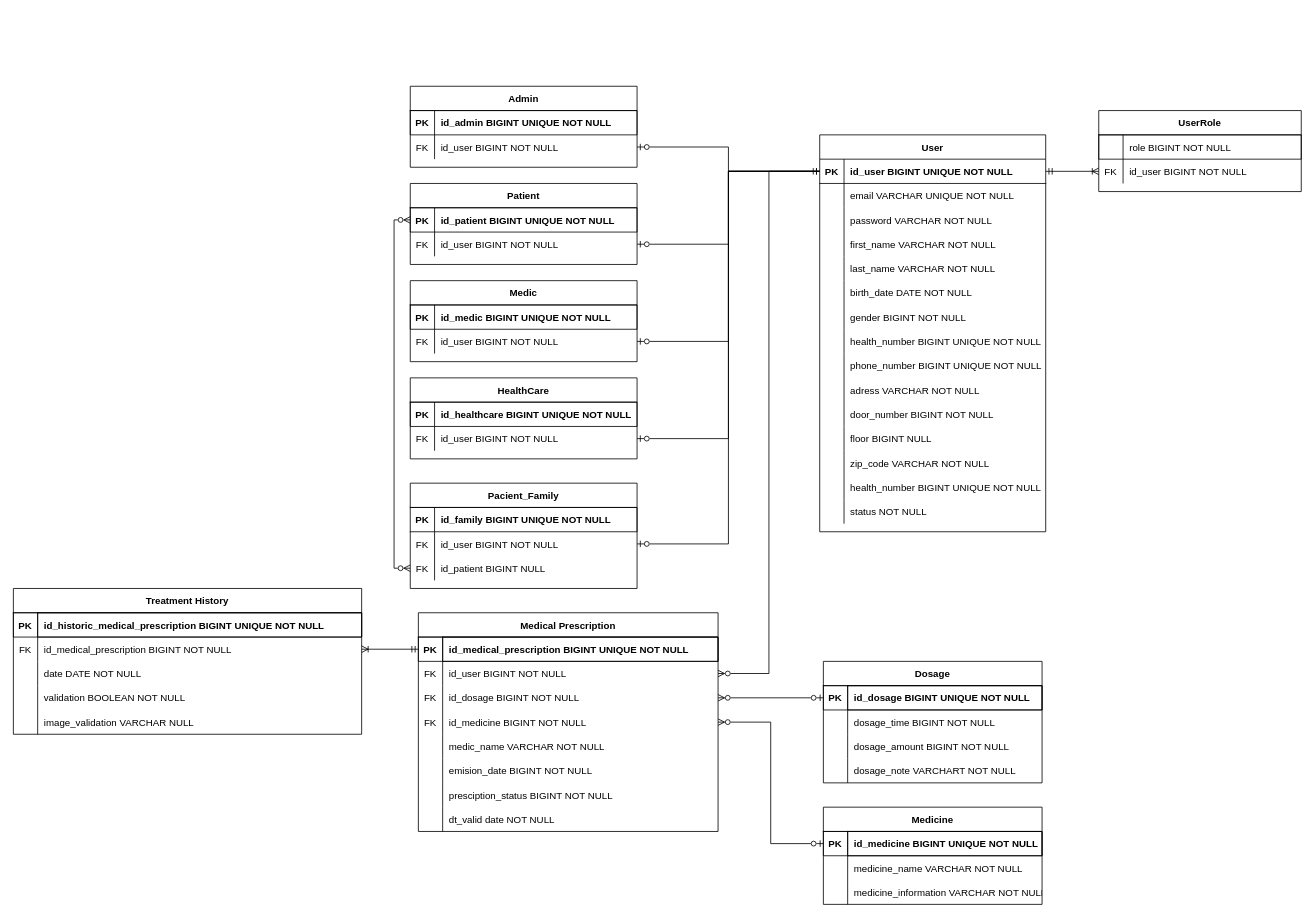
Zav04/MedAlert keeps this draw.io diagram as Documentação/Base de dados/ER.drawio. Above is the earlier version. Source tidied: cells renumbered, new cells numbered last; positions are measured from the earlier drawing's top-left corner, leaving out a move shared by most shapes. Both pictures are drawn from the tidied source at 81%, with x=0, y=0 at pixel (13, 86).
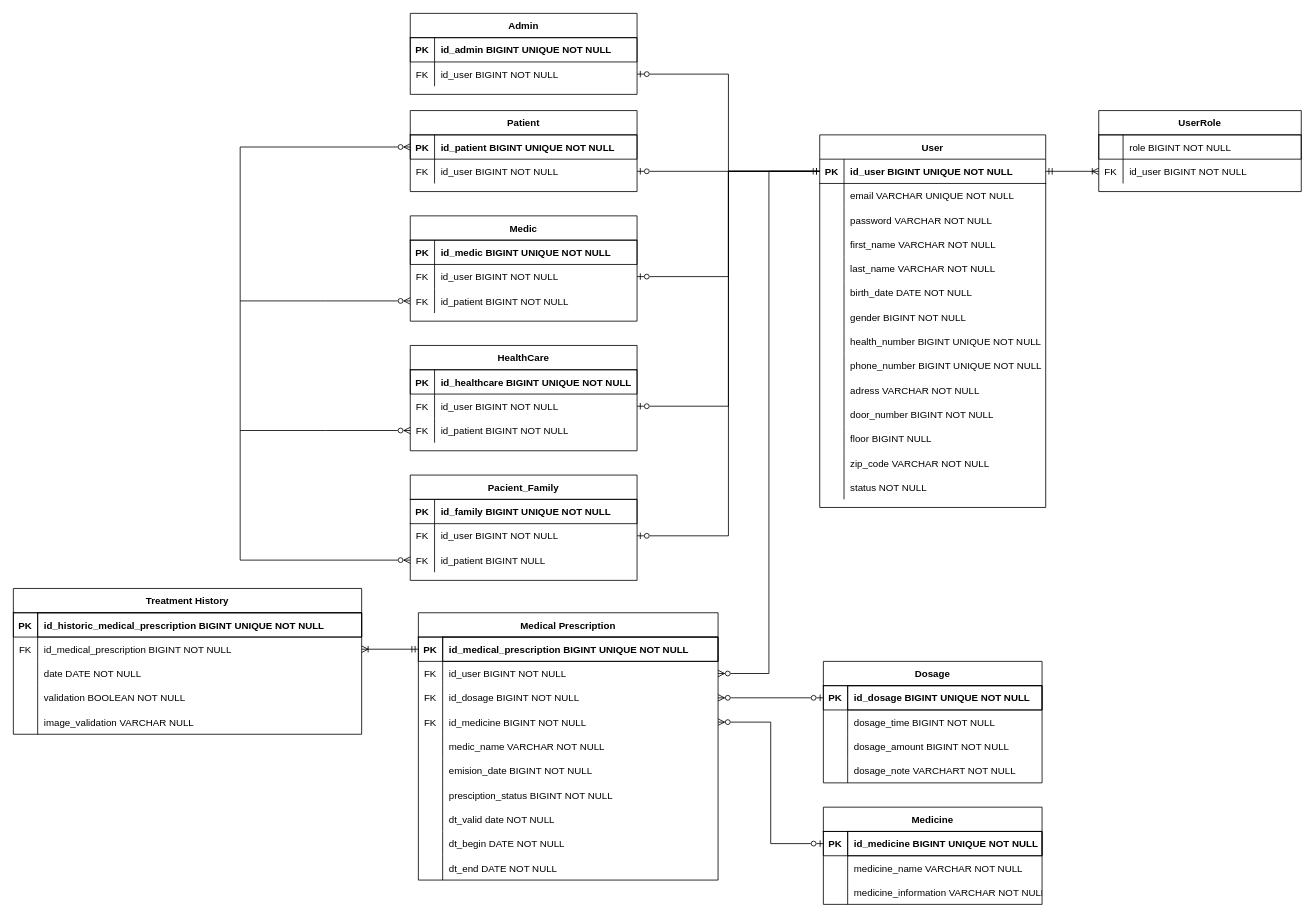
The same page after the edit.

Unchanged cells that the change refers to:
```xml
<mxCell id="64" style="shape=partialRectangle;fillColor=none;points=[[0,0.5],[1,0.5]];portConstraint=eastwest;top=1;left=1;right=1;bottom=1;fontStyle=1;" parent="63" vertex="1">
  <mxGeometry y="30" width="280" height="30" as="geometry" />
</mxCell>
<mxCell id="95" style="shape=partialRectangle;fillColor=none;points=[[0,0.5],[1,0.5]];portConstraint=eastwest;top=0;left=0;right=0;bottom=0;" parent="88" vertex="1">
  <mxGeometry y="90" width="280" height="30" as="geometry" />
</mxCell>
```

Diff of the diagram source:
```diff
@@
     <mxCell id="9" value="User" style="shape=table;startSize=30;childLayout=tableLayout;rowLines=0;fontStyle=1;align=center;" parent="1" vertex="1">
-      <mxGeometry x="995.5" y="60" width="279" height="490" as="geometry" />
+      <mxGeometry x="995.5" y="60" width="279" height="460" as="geometry" />
     </mxCell>
@@
-    <mxCell id="49" style="shape=partialRectangle;fillColor=none;top=0;left=0;right=0;bottom=0;" parent="9" vertex="1">
-      <mxGeometry y="420" width="279" height="30" as="geometry" />
-    </mxCell>
-    <mxCell id="50" style="shape=partialRectangle;overflow=hidden;fillColor=none;top=0;left=0;bottom=0;right=0;" parent="49" vertex="1">
-      <mxGeometry width="30" height="30" as="geometry" />
-    </mxCell>
-    <mxCell id="51" value="health_number BIGINT UNIQUE NOT NULL" style="shape=partialRectangle;overflow=hidden;fillColor=none;top=0;left=0;bottom=0;right=0;align=left;spacingLeft=6;" parent="49" vertex="1">
-      <mxGeometry x="30" width="249" height="30" as="geometry" />
-    </mxCell>
     <mxCell id="52" style="shape=partialRectangle;fillColor=none;top=0;left=0;right=0;bottom=0;" parent="9" vertex="1">
-      <mxGeometry y="450" width="279" height="30" as="geometry" />
+      <mxGeometry y="420" width="279" height="30" as="geometry" />
     </mxCell>
@@
     <mxCell id="56" value="Admin" style="shape=table;startSize=30;childLayout=tableLayout;rowLines=0;fontStyle=1;align=center;" parent="1" vertex="1">
-      <mxGeometry x="490" width="280" height="100" as="geometry" />
+      <mxGeometry x="490" y="-90" width="280" height="100" as="geometry" />
     </mxCell>
@@
     <mxCell id="63" value="Patient" style="shape=table;startSize=30;childLayout=tableLayout;rowLines=0;fontStyle=1;align=center;" parent="1" vertex="1">
-      <mxGeometry x="490" y="120" width="280" height="100" as="geometry" />
+      <mxGeometry x="490" y="30" width="280" height="100" as="geometry" />
     </mxCell>
@@
     <mxCell id="70" value="Medic" style="shape=table;startSize=30;childLayout=tableLayout;rowLines=0;fontStyle=1;align=center;" parent="1" vertex="1">
-      <mxGeometry x="490" y="240" width="280" height="100" as="geometry" />
+      <mxGeometry x="490" y="160" width="280" height="130" as="geometry" />
     </mxCell>
@@
+    <mxCell id="168" style="shape=partialRectangle;fillColor=none;points=[[0,0.5],[1,0.5]];portConstraint=eastwest;top=0;left=0;right=0;bottom=0;" parent="70" vertex="1">
+      <mxGeometry y="90" width="280" height="30" as="geometry" />
+    </mxCell>
+    <mxCell id="169" value="FK" style="shape=partialRectangle;overflow=hidden;fillColor=none;top=0;left=0;bottom=0;right=0;" parent="168" vertex="1">
+      <mxGeometry width="30" height="30" as="geometry" />
+    </mxCell>
+    <mxCell id="170" value="id_patient BIGINT NOT NULL" style="shape=partialRectangle;overflow=hidden;fillColor=none;top=0;left=0;bottom=0;right=0;align=left;spacingLeft=6;" parent="168" vertex="1">
+      <mxGeometry x="30" width="250" height="30" as="geometry" />
+    </mxCell>
     <mxCell id="77" value="HealthCare" style="shape=table;startSize=30;childLayout=tableLayout;rowLines=0;fontStyle=1;align=center;" parent="1" vertex="1">
-      <mxGeometry x="490" y="360" width="280" height="100" as="geometry" />
+      <mxGeometry x="490" y="320" width="280" height="130" as="geometry" />
     </mxCell>
@@
+    <mxCell id="171" style="shape=partialRectangle;fillColor=none;points=[[0,0.5],[1,0.5]];portConstraint=eastwest;top=0;left=0;right=0;bottom=0;" parent="77" vertex="1">
+      <mxGeometry y="90" width="280" height="30" as="geometry" />
+    </mxCell>
+    <mxCell id="172" value="FK" style="shape=partialRectangle;overflow=hidden;fillColor=none;top=0;left=0;bottom=0;right=0;" parent="171" vertex="1">
+      <mxGeometry width="30" height="30" as="geometry" />
+    </mxCell>
+    <mxCell id="173" value="id_patient BIGINT NOT NULL" style="shape=partialRectangle;overflow=hidden;fillColor=none;top=0;left=0;bottom=0;right=0;align=left;spacingLeft=6;" parent="171" vertex="1">
+      <mxGeometry x="30" width="250" height="30" as="geometry" />
+    </mxCell>
@@
     <mxCell id="88" value="Pacient_Family" style="shape=table;startSize=30;childLayout=tableLayout;rowLines=0;fontStyle=1;align=center;" parent="1" vertex="1">
-      <mxGeometry x="490" y="490" width="280" height="130" as="geometry" />
+      <mxGeometry x="490" y="480" width="280" height="130" as="geometry" />
     </mxCell>
@@
     <mxCell id="99" value="Medical Prescription" style="shape=table;startSize=30;childLayout=tableLayout;rowLines=0;fontStyle=1;align=center;" parent="1" vertex="1">
-      <mxGeometry x="500" y="650" width="370" height="270" as="geometry" />
+      <mxGeometry x="500" y="650" width="370" height="330" as="geometry" />
     </mxCell>
@@
+    <mxCell id="174" style="shape=partialRectangle;fillColor=none;top=0;left=0;right=0;bottom=0;" parent="99" vertex="1">
+      <mxGeometry y="270" width="370" height="30" as="geometry" />
+    </mxCell>
+    <mxCell id="175" style="shape=partialRectangle;overflow=hidden;fillColor=none;top=0;left=0;bottom=0;right=0;" parent="174" vertex="1">
+      <mxGeometry width="30" height="30" as="geometry" />
+    </mxCell>
+    <mxCell id="176" value="dt_begin DATE NOT NULL" style="shape=partialRectangle;overflow=hidden;fillColor=none;top=0;left=0;bottom=0;right=0;align=left;spacingLeft=6;" parent="174" vertex="1">
+      <mxGeometry x="30" width="340" height="30" as="geometry" />
+    </mxCell>
+    <mxCell id="177" style="shape=partialRectangle;fillColor=none;top=0;left=0;right=0;bottom=0;" parent="99" vertex="1">
+      <mxGeometry y="300" width="370" height="30" as="geometry" />
+    </mxCell>
+    <mxCell id="178" style="shape=partialRectangle;overflow=hidden;fillColor=none;top=0;left=0;bottom=0;right=0;" parent="177" vertex="1">
+      <mxGeometry width="30" height="30" as="geometry" />
+    </mxCell>
+    <mxCell id="179" value="dt_end DATE NOT NULL" style="shape=partialRectangle;overflow=hidden;fillColor=none;top=0;left=0;bottom=0;right=0;align=left;spacingLeft=6;" parent="177" vertex="1">
+      <mxGeometry x="30" width="340" height="30" as="geometry" />
+    </mxCell>
@@
-    <mxCell id="167" style="edgeStyle=orthogonalEdgeStyle;rounded=0;jettySize=auto;html=1;exitX=0;exitY=0.5;exitDx=0;exitDy=0;entryX=0;entryY=0.5;entryDx=0;entryDy=0;startArrow=ERzeroToMany;startFill=0;endArrow=ERzeroToMany;endFill=0;" parent="1" edge="1" source="64" target="95">
-      <mxGeometry relative="1" as="geometry" />
+    <mxCell id="167" style="edgeStyle=orthogonalEdgeStyle;rounded=0;jettySize=auto;html=1;exitX=0;exitY=0.5;exitDx=0;exitDy=0;startArrow=ERzeroToMany;startFill=0;endArrow=ERzeroToMany;endFill=0;" parent="1" edge="1" source="64" target="95">
+      <mxGeometry relative="1" as="geometry">
+        <Array as="points">
+          <mxPoint x="280" y="75" />
+          <mxPoint x="280" y="585" />
+        </Array>
+      </mxGeometry>
     </mxCell>
+    <mxCell id="180" style="edgeStyle=orthogonalEdgeStyle;rounded=0;jettySize=auto;html=1;exitX=0;exitY=0.5;exitDx=0;exitDy=0;endArrow=none;endFill=0;startArrow=ERzeroToMany;startFill=0;" parent="1" edge="1" source="168">
+      <mxGeometry relative="1" as="geometry">
+        <mxPoint x="280" y="265" as="targetPoint" />
+      </mxGeometry>
+    </mxCell>
+    <mxCell id="181" style="edgeStyle=orthogonalEdgeStyle;rounded=0;jettySize=auto;html=1;exitX=0;exitY=0.5;exitDx=0;exitDy=0;endArrow=none;endFill=0;startArrow=ERzeroToMany;startFill=0;" parent="1" edge="1" source="171">
+      <mxGeometry relative="1" as="geometry">
+        <mxPoint x="280" y="425" as="targetPoint" />
+      </mxGeometry>
+    </mxCell>
```
